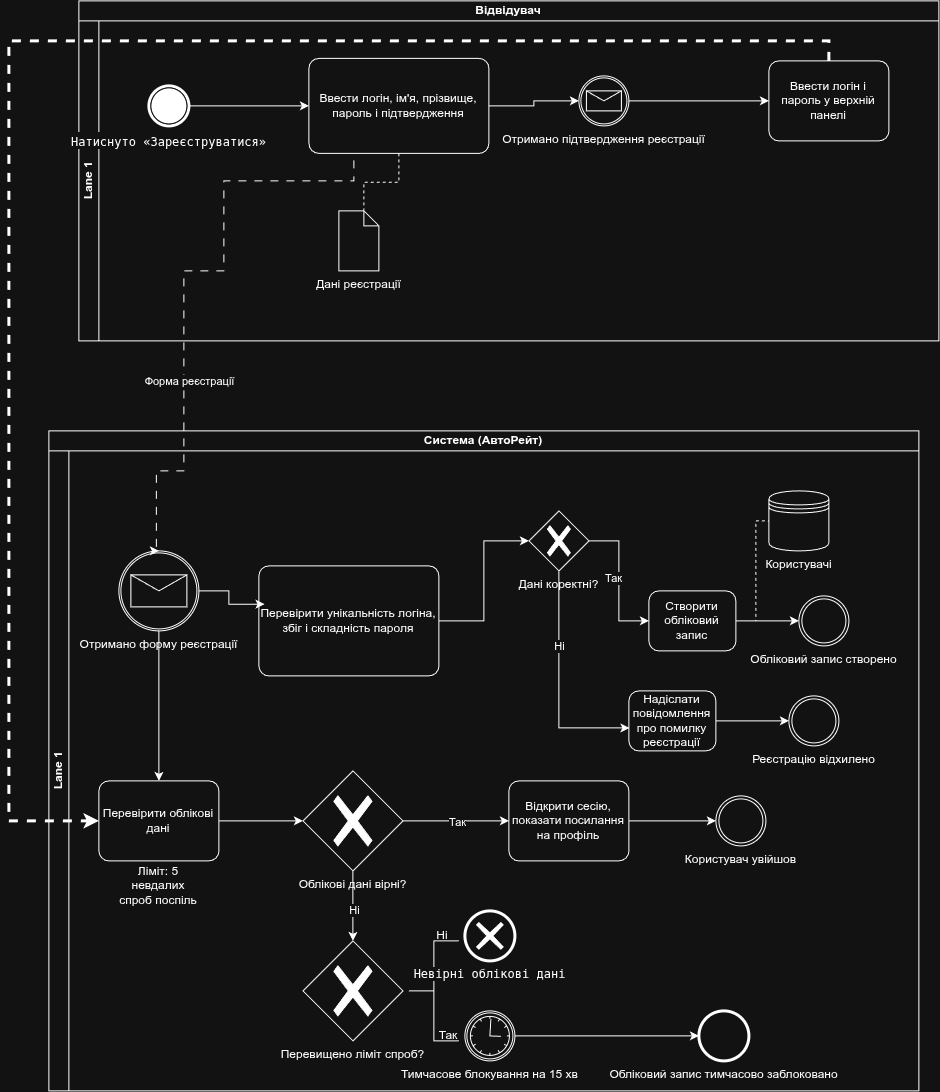
The draw.io diagram docs/sprint1/bpmn/01_registration.png in gri3ex/autorate-team-d, before a commit. Source tidied: cells renumbered, new cells last; positions are measured from the earlier drawing's top-left corner, leaving out a move shared by most shapes.
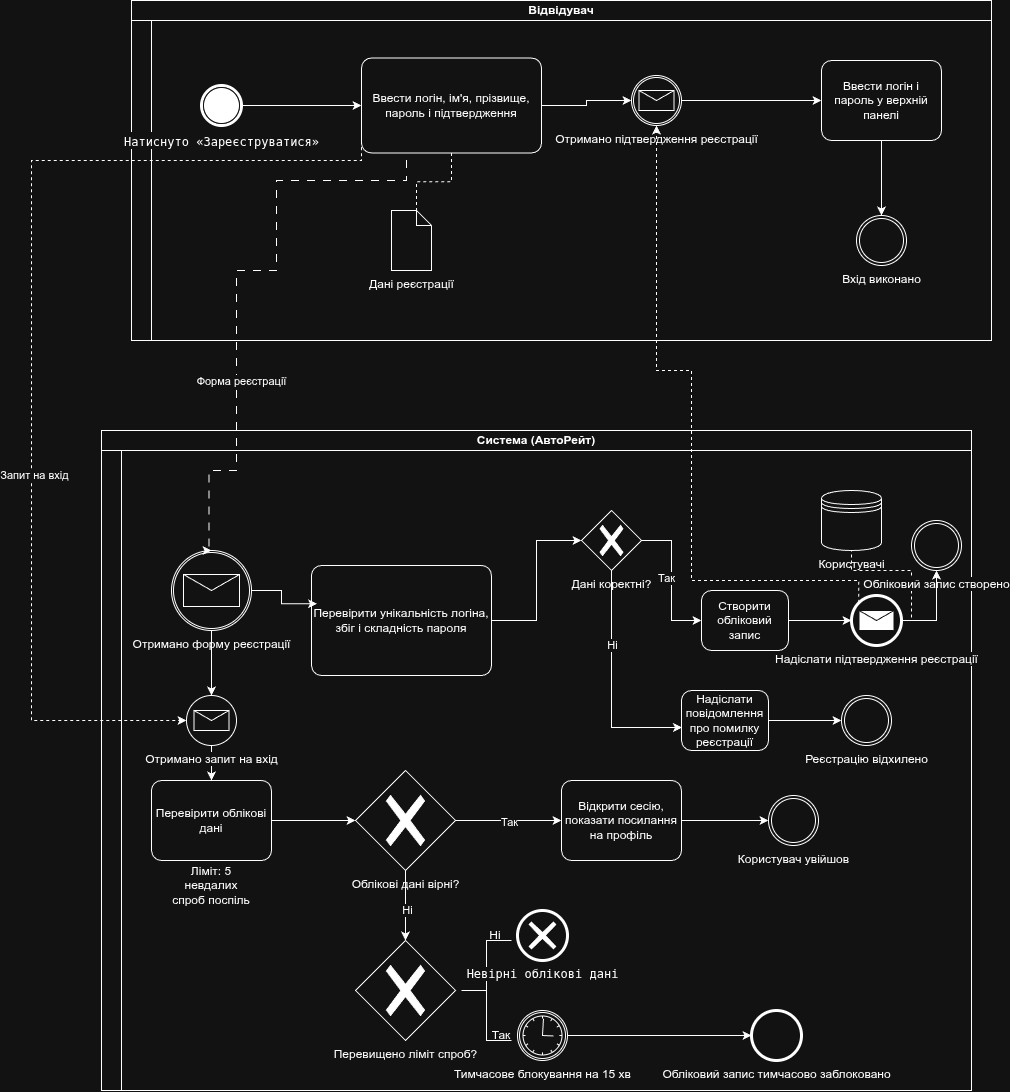
The same diagram one commit later.

Change to the diagram source:
```diff
@@ -5,7 +5,7 @@
     <mxCell id="2" value="Відвідувач" style="swimlane;html=1;horizontal=1;startSize=20;whiteSpace=wrap;" parent="1" vertex="1">
       <mxGeometry x="70" width="860" height="340" as="geometry" />
     </mxCell>
-    <mxCell id="3" value="Lane 1" style="swimlane;html=1;startSize=20;horizontal=0;" parent="2" vertex="1">
+    <mxCell id="3" style="swimlane;html=1;startSize=20;horizontal=0;" parent="2" vertex="1">
       <mxGeometry y="20" width="860" height="320" as="geometry" />
     </mxCell>
     <mxCell id="4" value="&lt;span&gt;&lt;code&gt;Натиснуто «Зареєструватися»&lt;/code&gt;&lt;/span&gt;&lt;span&gt;&lt;sup class=&quot;superscript&quot;&gt;&lt;/sup&gt;&lt;/span&gt;&lt;span&gt;&lt;/span&gt;" style="points=[[0.145,0.145,0],[0.5,0,0],[0.855,0.145,0],[1,0.5,0],[0.855,0.855,0],[0.5,1,0],[0.145,0.855,0],[0,0.5,0]];shape=mxgraph.bpmn.event;html=1;verticalLabelPosition=bottom;labelBackgroundColor=#ffffff;verticalAlign=top;align=center;perimeter=ellipsePerimeter;outlineConnect=0;outline=end;symbol=terminate;" parent="3" vertex="1">
@@ -35,10 +35,16 @@
     <mxCell id="12" style="edgeStyle=orthogonalEdgeStyle;rounded=0;jettySize=auto;html=1;exitX=1;exitY=0.5;exitDx=0;exitDy=0;exitPerimeter=0;entryX=0;entryY=0.5;entryDx=0;entryDy=0;entryPerimeter=0;" parent="3" edge="1" source="10" target="11">
       <mxGeometry relative="1" as="geometry" />
     </mxCell>
+    <mxCell id="55" value="Вхід виконано" style="points=[[0.145,0.145,0],[0.5,0,0],[0.855,0.145,0],[1,0.5,0],[0.855,0.855,0],[0.5,1,0],[0.145,0.855,0],[0,0.5,0]];shape=mxgraph.bpmn.event;html=1;verticalLabelPosition=bottom;labelBackgroundColor=#ffffff;verticalAlign=top;align=center;perimeter=ellipsePerimeter;outlineConnect=0;outline=throwing;symbol=general;" parent="3" vertex="1">
+      <mxGeometry x="725" y="195" width="50" height="50" as="geometry" />
+    </mxCell>
+    <mxCell id="56" style="edgeStyle=orthogonalEdgeStyle;rounded=0;jettySize=auto;html=1;exitX=0.5;exitY=1;exitDx=0;exitDy=0;exitPerimeter=0;entryX=0.5;entryY=0;entryDx=0;entryDy=0;entryPerimeter=0;" parent="3" edge="1" source="11" target="55">
+      <mxGeometry relative="1" as="geometry" />
+    </mxCell>
     <mxCell id="13" value="Система (АвтоРейт)" style="swimlane;html=1;horizontal=1;startSize=20;whiteSpace=wrap;" parent="1" vertex="1">
       <mxGeometry x="40" y="430" width="870" height="660" as="geometry" />
     </mxCell>
-    <mxCell id="14" value="Lane 1" style="swimlane;html=1;startSize=20;horizontal=0;" parent="13" vertex="1">
+    <mxCell id="14" style="swimlane;html=1;startSize=20;horizontal=0;" parent="13" vertex="1">
       <mxGeometry y="20" width="870" height="640" as="geometry" />
     </mxCell>
     <mxCell id="15" value="Отримано форму реєстрації" style="points=[[0.145,0.145,0],[0.5,0,0],[0.855,0.145,0],[1,0.5,0],[0.855,0.855,0],[0.5,1,0],[0.145,0.855,0],[0,0.5,0]];shape=mxgraph.bpmn.event;html=1;verticalLabelPosition=bottom;labelBackgroundColor=#ffffff;verticalAlign=top;align=center;perimeter=ellipsePerimeter;outlineConnect=0;outline=catching;symbol=message;" parent="14" vertex="1">
@@ -95,8 +101,10 @@
     <mxCell id="27" style="edgeStyle=orthogonalEdgeStyle;rounded=0;jettySize=auto;html=1;exitX=1;exitY=0.5;exitDx=0;exitDy=0;exitPerimeter=0;entryX=0;entryY=0.5;entryDx=0;entryDy=0;endArrow=none;endFill=0;dashed=1;" parent="14" edge="1" source="29" target="32">
       <mxGeometry relative="1" as="geometry">
         <Array as="points">
-          <mxPoint x="707" y="170" />
-          <mxPoint x="707" y="70" />
+          <mxPoint x="810" y="170" />
+          <mxPoint x="810" y="120" />
+          <mxPoint x="750" y="120" />
+          <mxPoint x="750" y="70" />
         </Array>
       </mxGeometry>
     </mxCell>
@@ -120,7 +128,7 @@
       <mxGeometry x="720" y="40" width="60" height="60" as="geometry" />
     </mxCell>
     <mxCell id="33" value="Обліковий запис створено" style="points=[[0.145,0.145,0],[0.5,0,0],[0.855,0.145,0],[1,0.5,0],[0.855,0.855,0],[0.5,1,0],[0.145,0.855,0],[0,0.5,0]];shape=mxgraph.bpmn.event;html=1;verticalLabelPosition=bottom;labelBackgroundColor=#ffffff;verticalAlign=top;align=center;perimeter=ellipsePerimeter;outlineConnect=0;outline=throwing;symbol=general;" parent="14" vertex="1">
-      <mxGeometry x="750" y="145" width="50" height="50" as="geometry" />
+      <mxGeometry x="810" y="70" width="50" height="50" as="geometry" />
     </mxCell>
     <mxCell id="34" style="edgeStyle=orthogonalEdgeStyle;rounded=0;jettySize=auto;html=1;" parent="14" edge="1" source="35" target="38">
       <mxGeometry relative="1" as="geometry" />
@@ -128,7 +136,7 @@
     <mxCell id="35" value="Перевірити облікові дані" style="points=[[0.25,0,0],[0.5,0,0],[0.75,0,0],[1,0.25,0],[1,0.5,0],[1,0.75,0],[0.75,1,0],[0.5,1,0],[0.25,1,0],[0,0.75,0],[0,0.5,0],[0,0.25,0]];shape=mxgraph.bpmn.task2;whiteSpace=wrap;rectStyle=rounded;size=10;html=1;taskMarker=abstract;" parent="14" vertex="1">
       <mxGeometry x="50" y="330" width="120" height="80" as="geometry" />
     </mxCell>
-    <mxCell id="36" style="edgeStyle=orthogonalEdgeStyle;rounded=0;jettySize=auto;html=1;exitX=0.5;exitY=1;exitDx=0;exitDy=0;exitPerimeter=0;entryX=0.5;entryY=0;entryDx=0;entryDy=0;entryPerimeter=0;" parent="14" edge="1" source="15" target="35">
+    <mxCell id="36" style="edgeStyle=orthogonalEdgeStyle;rounded=0;jettySize=auto;html=1;exitX=0.5;exitY=1;exitDx=0;exitDy=0;exitPerimeter=0;entryX=0.5;entryY=0;entryDx=0;entryDy=0;entryPerimeter=0;" parent="14" edge="1" source="60" target="35">
       <mxGeometry relative="1" as="geometry" />
     </mxCell>
     <mxCell id="37" value="Ліміт: 5 невдалих спроб поспіль" style="text;html=1;strokeColor=none;fillColor=none;align=center;verticalAlign=middle;whiteSpace=wrap;rounded=0;" parent="14" vertex="1">
@@ -182,14 +190,39 @@
     <mxCell id="53" style="edgeStyle=orthogonalEdgeStyle;rounded=0;jettySize=auto;html=1;entryX=0;entryY=0.5;entryDx=0;entryDy=0;entryPerimeter=0;" parent="14" edge="1" source="50" target="52">
       <mxGeometry relative="1" as="geometry" />
     </mxCell>
-    <mxCell id="54" style="edgeStyle=orthogonalEdgeStyle;rounded=0;jettySize=auto;html=1;entryX=0;entryY=0.5;entryDx=0;entryDy=0;entryPerimeter=0;strokeWidth=3;dashed=1;" parent="1" edge="1" source="11" target="35">
-      <mxGeometry relative="1" as="geometry">
-        <Array as="points">
-          <mxPoint x="820" y="40" />
-          <mxPoint y="40" />
-          <mxPoint y="820" />
-        </Array>
-      </mxGeometry>
-    </mxCell>
+    <mxCell id="57" style="edgeStyle=orthogonalEdgeStyle;rounded=0;jettySize=auto;html=1;exitX=1;exitY=0.5;exitDx=0;exitDy=0;exitPerimeter=0;" parent="14" edge="1" source="58" target="33">
+      <mxGeometry relative="1" as="geometry" />
+    </mxCell>
+    <mxCell id="58" value="Надіслати підтвердження реєстрації" style="points=[[0.145,0.145,0],[0.5,0,0],[0.855,0.145,0],[1,0.5,0],[0.855,0.855,0],[0.5,1,0],[0.145,0.855,0],[0,0.5,0]];shape=mxgraph.bpmn.event;html=1;verticalLabelPosition=bottom;labelBackgroundColor=#ffffff;verticalAlign=top;align=center;perimeter=ellipsePerimeter;outlineConnect=0;outline=end;symbol=message;" parent="14" vertex="1">
+      <mxGeometry x="750" y="145" width="50" height="50" as="geometry" />
+    </mxCell>
+    <mxCell id="59" style="edgeStyle=orthogonalEdgeStyle;rounded=0;jettySize=auto;html=1;exitX=0.5;exitY=1;exitDx=0;exitDy=0;exitPerimeter=0;entryX=0.5;entryY=0;entryDx=0;entryDy=0;entryPerimeter=0;" parent="14" edge="1" source="15" target="60">
+      <mxGeometry relative="1" as="geometry" />
+    </mxCell>
+    <mxCell id="60" value="Отримано запит на вхід" style="points=[[0.145,0.145,0],[0.5,0,0],[0.855,0.145,0],[1,0.5,0],[0.855,0.855,0],[0.5,1,0],[0.145,0.855,0],[0,0.5,0]];shape=mxgraph.bpmn.event;html=1;verticalLabelPosition=bottom;labelBackgroundColor=#ffffff;verticalAlign=top;align=center;perimeter=ellipsePerimeter;outlineConnect=0;outline=standard;symbol=message;" parent="14" vertex="1">
+      <mxGeometry x="85" y="245" width="50" height="50" as="geometry" />
+    </mxCell>
+    <mxCell id="61" style="edgeStyle=orthogonalEdgeStyle;rounded=0;jettySize=auto;html=1;exitX=0.145;exitY=0.145;exitDx=0;exitDy=0;exitPerimeter=0;entryX=0.5;entryY=1;entryDx=0;entryDy=0;entryPerimeter=0;dashed=1;" parent="1" edge="1" source="58" target="10">
+      <mxGeometry relative="1" as="geometry">
+        <Array as="points">
+          <mxPoint x="797.3" y="580" />
+          <mxPoint x="630" y="580" />
+          <mxPoint x="630" y="370" />
+          <mxPoint x="595" y="370" />
+        </Array>
+      </mxGeometry>
+    </mxCell>
+    <mxCell id="62" style="edgeStyle=orthogonalEdgeStyle;rounded=0;jettySize=auto;html=1;exitX=0;exitY=0.75;exitDx=0;exitDy=0;exitPerimeter=0;entryX=0;entryY=0.5;entryDx=0;entryDy=0;entryPerimeter=0;dashed=1;" parent="1" edge="1" source="6" target="60">
+      <mxGeometry relative="1" as="geometry">
+        <Array as="points">
+          <mxPoint x="300" y="160" />
+          <mxPoint x="-30" y="160" />
+          <mxPoint x="-30" y="720" />
+        </Array>
+      </mxGeometry>
+    </mxCell>
+    <mxCell id="63" value="Запит на вхід" style="edgeLabel;html=1;align=center;verticalAlign=middle;" parent="62" vertex="1">
+      <mxGeometry x="0.26" y="2" relative="1" as="geometry" />
+    </mxCell>
   </root>
 </mxGraphModel>
```
